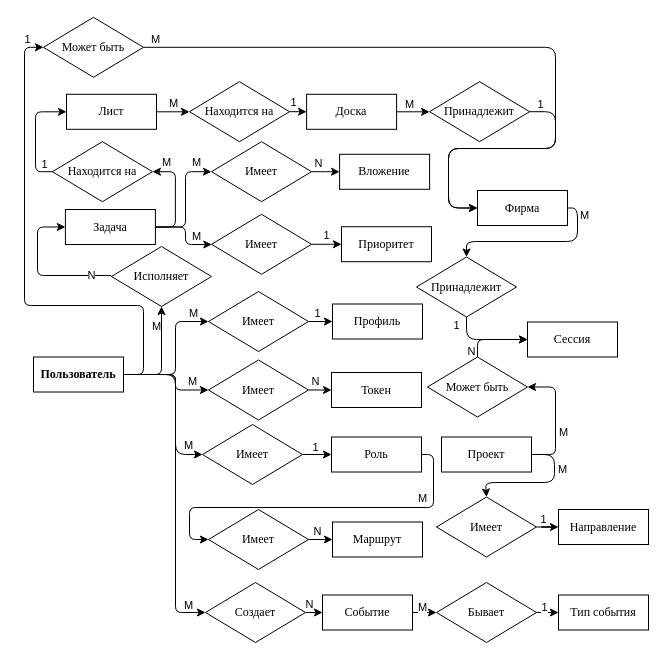
Above: ER диаграмма.drawio in AvipoStar/EOIS-FRONT (draw.io), before the change. Source tidied: cells renumbered, new cells numbered last; positions are measured from the earlier drawing's top-left corner, leaving out a move shared by most shapes. Both pictures are drawn from the tidied source at 100%, with x=0, y=0 at pixel (24, 17).
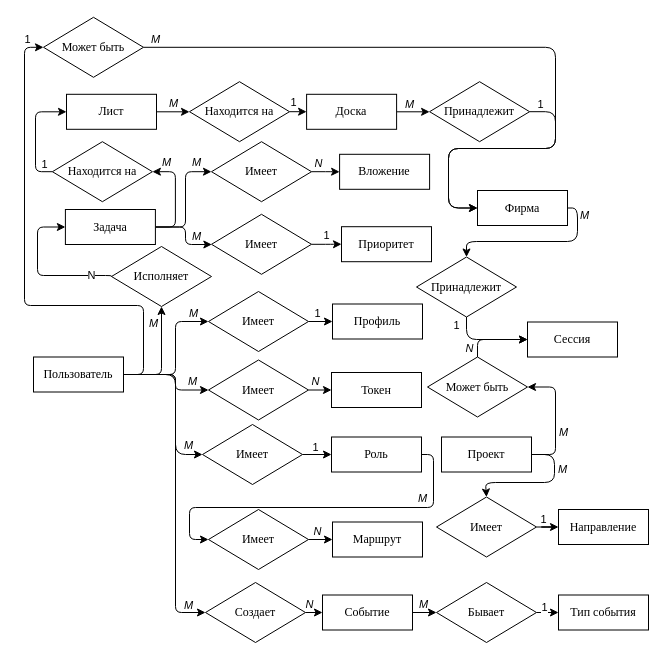
After the change.

The change refers to these unchanged cells:
```xml
<mxCell id="2" style="edgeStyle=orthogonalEdgeStyle;jettySize=auto;entryX=0;entryY=0.5;entryDx=0;entryDy=0;fontFamily=Liberation Serif;strokeWidth=1;strokeColor=default;shadow=0;arcSize=12;verticalAlign=middle;labelBorderColor=none;textShadow=0;html=1;" parent="1" edge="1" source="14" target="49">
  <mxGeometry relative="1" as="geometry">
    <Array as="points">
      <mxPoint x="151" y="357" />
      <mxPoint x="151" y="373" />
    </Array>
  </mxGeometry>
</mxCell>
<mxCell id="4" style="edgeStyle=orthogonalEdgeStyle;jettySize=auto;entryX=0;entryY=0.5;entryDx=0;entryDy=0;fontFamily=Liberation Serif;strokeWidth=1;strokeColor=default;shadow=0;arcSize=12;verticalAlign=middle;labelBorderColor=none;textShadow=0;html=1;exitX=1;exitY=0.5;exitDx=0;exitDy=0;" parent="1" edge="1" source="14" target="77">
  <mxGeometry relative="1" as="geometry">
    <Array as="points">
      <mxPoint x="151" y="357" />
      <mxPoint x="151" y="595" />
    </Array>
  </mxGeometry>
</mxCell>
<mxCell id="6" style="edgeStyle=orthogonalEdgeStyle;jettySize=auto;entryX=0;entryY=0.5;entryDx=0;entryDy=0;fontFamily=Liberation Serif;strokeWidth=1;strokeColor=default;shadow=0;arcSize=12;verticalAlign=middle;labelBorderColor=none;textShadow=0;html=1;" parent="1" edge="1" source="14" target="84">
  <mxGeometry relative="1" as="geometry">
    <Array as="points">
      <mxPoint x="151" y="357" />
      <mxPoint x="151" y="304" />
    </Array>
  </mxGeometry>
</mxCell>
<mxCell id="8" style="edgeStyle=orthogonalEdgeStyle;jettySize=auto;entryX=0.5;entryY=1;entryDx=0;entryDy=0;fontFamily=Liberation Serif;strokeWidth=1;strokeColor=default;shadow=0;arcSize=12;verticalAlign=middle;labelBorderColor=none;textShadow=0;html=1;exitX=1;exitY=0.5;exitDx=0;exitDy=0;" parent="1" edge="1" source="14" target="91">
  <mxGeometry relative="1" as="geometry">
    <Array as="points">
      <mxPoint x="137" y="357" />
    </Array>
  </mxGeometry>
</mxCell>
<mxCell id="12" style="rounded=1;jettySize=auto;html=1;entryX=0;entryY=0.5;entryDx=0;entryDy=0;edgeStyle=orthogonalEdgeStyle;curved=0;" parent="1" edge="1" source="14" target="97">
  <mxGeometry relative="1" as="geometry">
    <Array as="points">
      <mxPoint x="151" y="357" />
      <mxPoint x="151" y="437" />
    </Array>
  </mxGeometry>
</mxCell>
<mxCell id="17" style="edgeStyle=orthogonalEdgeStyle;jettySize=auto;html=1;entryX=0.5;entryY=0;entryDx=0;entryDy=0;exitX=1;exitY=0.5;exitDx=0;exitDy=0;" parent="1" edge="1" source="19" target="74">
  <mxGeometry relative="1" as="geometry">
    <Array as="points">
      <mxPoint x="553" y="191" />
      <mxPoint x="553" y="224" />
      <mxPoint x="442" y="224" />
    </Array>
  </mxGeometry>
</mxCell>
<mxCell id="20" style="edgeStyle=orthogonalEdgeStyle;jettySize=auto;entryX=1;entryY=0.5;entryDx=0;entryDy=0;fontFamily=Liberation Serif;exitX=1;exitY=0.5;exitDx=0;exitDy=0;strokeWidth=1;strokeColor=default;shadow=0;arcSize=12;verticalAlign=middle;labelBorderColor=none;textShadow=0;html=1;" parent="1" edge="1" source="24" target="80">
  <mxGeometry relative="1" as="geometry">
    <Array as="points">
      <mxPoint x="531" y="437" />
      <mxPoint x="531" y="370" />
    </Array>
  </mxGeometry>
</mxCell>
<mxCell id="22" style="edgeStyle=orthogonalEdgeStyle;jettySize=auto;html=1;entryX=0.5;entryY=0;entryDx=0;entryDy=0;exitX=1;exitY=0.5;exitDx=0;exitDy=0;" parent="1" edge="1" source="24" target="88">
  <mxGeometry relative="1" as="geometry">
    <Array as="points">
      <mxPoint x="530" y="437" />
      <mxPoint x="530" y="465" />
      <mxPoint x="461" y="465" />
      <mxPoint x="461" y="480" />
    </Array>
  </mxGeometry>
</mxCell>
<mxCell id="27" style="edgeStyle=orthogonalEdgeStyle;jettySize=auto;entryX=0;entryY=0.5;entryDx=0;entryDy=0;fontFamily=Liberation Serif;exitX=1;exitY=0.5;exitDx=0;exitDy=0;strokeWidth=1;strokeColor=default;shadow=0;arcSize=12;verticalAlign=middle;labelBorderColor=none;textShadow=0;html=1;" parent="1" edge="1" source="29" target="71">
  <mxGeometry relative="1" as="geometry" />
</mxCell>
<mxCell id="30" style="edgeStyle=orthogonalEdgeStyle;jettySize=auto;entryX=0;entryY=0.5;entryDx=0;entryDy=0;fontFamily=Liberation Serif;exitX=1;exitY=0.5;exitDx=0;exitDy=0;strokeWidth=1;strokeColor=default;shadow=0;arcSize=12;verticalAlign=middle;labelBorderColor=none;textShadow=0;html=1;" parent="1" edge="1" source="32" target="68">
  <mxGeometry relative="1" as="geometry" />
</mxCell>
<mxCell id="33" style="edgeStyle=orthogonalEdgeStyle;jettySize=auto;entryX=0;entryY=0.5;entryDx=0;entryDy=0;fontFamily=Liberation Serif;exitX=1;exitY=0.5;exitDx=0;exitDy=0;strokeWidth=1;strokeColor=default;shadow=0;arcSize=12;verticalAlign=middle;labelBorderColor=none;textShadow=0;html=1;" parent="1" edge="1" source="39" target="59">
  <mxGeometry relative="1" as="geometry">
    <Array as="points">
      <mxPoint x="161" y="210" />
      <mxPoint x="161" y="154" />
      <mxPoint x="187" y="154" />
    </Array>
  </mxGeometry>
</mxCell>
<mxCell id="35" style="edgeStyle=orthogonalEdgeStyle;jettySize=auto;fontFamily=Liberation Serif;strokeWidth=1;strokeColor=default;shadow=0;arcSize=12;verticalAlign=middle;labelBorderColor=none;textShadow=0;html=1;" parent="1" edge="1" source="39" target="62">
  <mxGeometry relative="1" as="geometry">
    <Array as="points">
      <mxPoint x="161" y="210" />
      <mxPoint x="161" y="227" />
    </Array>
  </mxGeometry>
</mxCell>
<mxCell id="37" style="edgeStyle=orthogonalEdgeStyle;jettySize=auto;entryX=1;entryY=0.5;entryDx=0;entryDy=0;exitX=1;exitY=0.5;exitDx=0;exitDy=0;fontFamily=Liberation Serif;strokeWidth=1;strokeColor=default;shadow=0;arcSize=12;verticalAlign=middle;labelBorderColor=none;textShadow=0;html=1;" parent="1" edge="1" source="39" target="65">
  <mxGeometry relative="1" as="geometry" />
</mxCell>
<mxCell id="42" style="edgeStyle=orthogonalEdgeStyle;jettySize=auto;entryX=0;entryY=0.5;entryDx=0;entryDy=0;fontFamily=Liberation Serif;strokeWidth=1;strokeColor=default;shadow=0;arcSize=12;verticalAlign=middle;labelBorderColor=none;textShadow=0;html=1;exitX=1;exitY=0.5;exitDx=0;exitDy=0;" parent="1" edge="1" source="15" target="46">
  <mxGeometry relative="1" as="geometry">
    <Array as="points">
      <mxPoint x="409" y="437" />
      <mxPoint x="409" y="490" />
      <mxPoint x="165" y="490" />
      <mxPoint x="165" y="522" />
    </Array>
  </mxGeometry>
</mxCell>
<mxCell id="44" style="edgeStyle=orthogonalEdgeStyle;rounded=0;jettySize=auto;html=1;exitX=1;exitY=0.5;exitDx=0;exitDy=0;entryX=0;entryY=0.5;entryDx=0;entryDy=0;" parent="1" edge="1" source="46" target="25">
  <mxGeometry relative="1" as="geometry" />
</mxCell>
<mxCell id="47" style="edgeStyle=orthogonalEdgeStyle;jettySize=auto;exitX=1;exitY=0.5;exitDx=0;exitDy=0;entryX=0;entryY=0.5;entryDx=0;entryDy=0;fontFamily=Liberation Serif;strokeWidth=1;strokeColor=default;shadow=0;arcSize=12;verticalAlign=middle;labelBorderColor=none;textShadow=0;html=1;" parent="1" edge="1" source="49" target="16">
  <mxGeometry relative="1" as="geometry" />
</mxCell>
<mxCell id="50" style="edgeStyle=orthogonalEdgeStyle;jettySize=auto;html=1;entryX=0;entryY=0.5;entryDx=0;entryDy=0;" parent="1" edge="1" source="52" target="56">
  <mxGeometry relative="1" as="geometry" />
</mxCell>
<mxCell id="57" style="edgeStyle=orthogonalEdgeStyle;jettySize=auto;entryX=0;entryY=0.5;entryDx=0;entryDy=0;fontFamily=Liberation Serif;strokeWidth=1;strokeColor=default;shadow=0;arcSize=12;verticalAlign=middle;labelBorderColor=none;textShadow=0;html=1;" parent="1" edge="1" source="59" target="40">
  <mxGeometry relative="1" as="geometry" />
</mxCell>
<mxCell id="75" style="edgeStyle=orthogonalEdgeStyle;jettySize=auto;exitX=1;exitY=0.5;exitDx=0;exitDy=0;entryX=0;entryY=0.5;entryDx=0;entryDy=0;fontFamily=Liberation Serif;strokeWidth=1;strokeColor=default;shadow=0;arcSize=12;verticalAlign=middle;labelBorderColor=none;textShadow=0;html=1;" parent="1" edge="1" source="77" target="52">
  <mxGeometry relative="1" as="geometry" />
</mxCell>
<mxCell id="78" style="edgeStyle=orthogonalEdgeStyle;jettySize=auto;exitX=0.5;exitY=0;exitDx=0;exitDy=0;fontFamily=Liberation Serif;strokeWidth=1;strokeColor=default;shadow=0;arcSize=12;verticalAlign=middle;labelBorderColor=none;textShadow=0;html=1;entryX=0;entryY=0.5;entryDx=0;entryDy=0;" parent="1" edge="1" source="80" target="26">
  <mxGeometry relative="1" as="geometry">
    <Array as="points">
      <mxPoint x="453" y="322" />
    </Array>
  </mxGeometry>
</mxCell>
<mxCell id="92" style="edgeStyle=orthogonalEdgeStyle;jettySize=auto;html=1;entryX=0;entryY=0.5;entryDx=0;entryDy=0;exitX=1;exitY=0.5;exitDx=0;exitDy=0;" parent="1" edge="1" source="94" target="19">
  <mxGeometry relative="1" as="geometry">
    <Array as="points">
      <mxPoint x="531" y="30" />
      <mxPoint x="531" y="131" />
      <mxPoint x="424" y="131" />
      <mxPoint x="424" y="191" />
    </Array>
  </mxGeometry>
</mxCell>
```

Diff of the diagram source:
```diff
@@
-    <mxCell id="3" value="M" style="edgeLabel;html=1;align=center;verticalAlign=middle;" parent="2" vertex="1">
+    <mxCell id="3" value="M" style="edgeLabel;html=1;align=center;verticalAlign=middle;fontStyle=2;" parent="2" vertex="1">
       <mxGeometry x="0.71" relative="1" as="geometry">
         <mxPoint x="-2" y="-9" as="offset" />
       </mxGeometry>
     </mxCell>
@@
-    <mxCell id="5" value="M" style="edgeLabel;html=1;align=center;verticalAlign=middle;" parent="4" vertex="1">
+    <mxCell id="5" value="M" style="edgeLabel;html=1;align=center;verticalAlign=middle;fontStyle=2;" parent="4" vertex="1">
       <mxGeometry x="0.88" y="1" relative="1" as="geometry">
         <mxPoint x="1" y="-7" as="offset" />
       </mxGeometry>
     </mxCell>
@@
-    <mxCell id="7" value="M" style="edgeLabel;html=1;align=center;verticalAlign=middle;" parent="6" vertex="1">
+    <mxCell id="7" value="M" style="edgeLabel;html=1;align=center;verticalAlign=middle;fontStyle=2;" parent="6" vertex="1">
       <mxGeometry x="0.69" relative="1" as="geometry">
         <mxPoint x="5" y="-9" as="offset" />
       </mxGeometry>
     </mxCell>
@@
-    <mxCell id="9" value="M" style="edgeLabel;html=1;align=center;verticalAlign=middle;" parent="8" vertex="1">
+    <mxCell id="9" value="M" style="edgeLabel;html=1;align=center;verticalAlign=middle;fontStyle=2;" parent="8" vertex="1">
       <mxGeometry x="0.65" relative="1" as="geometry">
-        <mxPoint x="-6" as="offset" />
+        <mxPoint x="-9" y="-3" as="offset" />
       </mxGeometry>
     </mxCell>
@@
-    <mxCell id="13" value="M" style="edgeLabel;html=1;align=center;verticalAlign=middle;" parent="12" vertex="1">
+    <mxCell id="13" value="M" style="edgeLabel;html=1;align=center;verticalAlign=middle;fontStyle=2;" parent="12" vertex="1">
       <mxGeometry x="0.78" y="-1" relative="1" as="geometry">
         <mxPoint x="2" y="-11" as="offset" />
       </mxGeometry>
     </mxCell>
-    <mxCell id="14" value="Пользователь" style="rounded=0;fontFamily=Liberation Serif;strokeWidth=1;strokeColor=default;shadow=0;arcSize=12;verticalAlign=middle;labelBorderColor=none;textShadow=0;whiteSpace=wrap;html=1;fontSize=12;fontStyle=1;" parent="1" vertex="1">
+    <mxCell id="14" value="Пользователь" style="rounded=0;fontFamily=Liberation Serif;strokeWidth=1;strokeColor=default;shadow=0;arcSize=12;verticalAlign=middle;labelBorderColor=none;textShadow=0;whiteSpace=wrap;html=1;fontSize=12;fontStyle=0;" parent="1" vertex="1">
       <mxGeometry x="9" y="339.5" width="90" height="35" as="geometry" />
     </mxCell>
@@
-    <mxCell id="18" value="M" style="edgeLabel;html=1;align=center;verticalAlign=middle;" parent="17" vertex="1">
+    <mxCell id="18" value="M" style="edgeLabel;html=1;align=center;verticalAlign=middle;fontStyle=2;" parent="17" vertex="1">
       <mxGeometry x="0.7" relative="1" as="geometry">
         <mxPoint x="108" y="-27" as="offset" />
       </mxGeometry>
     </mxCell>
@@
-    <mxCell id="21" value="M" style="edgeLabel;html=1;align=center;verticalAlign=middle;" parent="20" vertex="1">
+    <mxCell id="21" value="M" style="edgeLabel;html=1;align=center;verticalAlign=middle;fontStyle=2;" parent="20" vertex="1">
       <mxGeometry x="-0.19" y="-1" relative="1" as="geometry">
         <mxPoint x="6" y="1" as="offset" />
       </mxGeometry>
     </mxCell>
@@
-    <mxCell id="23" value="M" style="edgeLabel;html=1;align=center;verticalAlign=middle;" parent="22" vertex="1">
+    <mxCell id="23" value="M" style="edgeLabel;html=1;align=center;verticalAlign=middle;fontStyle=2;" parent="22" vertex="1">
       <mxGeometry x="-0.42" y="-1" relative="1" as="geometry">
         <mxPoint x="8" y="-2" as="offset" />
       </mxGeometry>
     </mxCell>
@@
-    <mxCell id="28" value="M" style="edgeLabel;html=1;align=center;verticalAlign=middle;" parent="27" vertex="1">
+    <mxCell id="28" value="M" style="edgeLabel;html=1;align=center;verticalAlign=middle;fontStyle=2;" parent="27" vertex="1">
       <mxGeometry x="-0.34" y="3" relative="1" as="geometry">
         <mxPoint x="1" y="-5" as="offset" />
       </mxGeometry>
     </mxCell>
@@
-    <mxCell id="31" value="M" style="edgeLabel;html=1;align=center;verticalAlign=middle;" parent="30" vertex="1">
+    <mxCell id="31" value="M" style="edgeLabel;html=1;align=center;verticalAlign=middle;fontStyle=2;" parent="30" vertex="1">
       <mxGeometry y="1" relative="1" as="geometry">
         <mxPoint x="-1" y="-8" as="offset" />
       </mxGeometry>
     </mxCell>
@@
-    <mxCell id="34" value="M" style="edgeLabel;html=1;align=center;verticalAlign=middle;" parent="33" vertex="1">
+    <mxCell id="34" value="M" style="edgeLabel;html=1;align=center;verticalAlign=middle;fontStyle=2;" parent="33" vertex="1">
       <mxGeometry x="0.16" y="1" relative="1" as="geometry">
         <mxPoint x="11" y="-30" as="offset" />
       </mxGeometry>
     </mxCell>
@@
-    <mxCell id="36" value="M" style="edgeLabel;html=1;align=center;verticalAlign=middle;" parent="35" vertex="1">
+    <mxCell id="36" value="M" style="edgeLabel;html=1;align=center;verticalAlign=middle;fontStyle=2;" parent="35" vertex="1">
       <mxGeometry x="0.48" y="3" relative="1" as="geometry">
         <mxPoint x="3" y="-6" as="offset" />
       </mxGeometry>
     </mxCell>
@@
-    <mxCell id="38" value="M" style="edgeLabel;html=1;align=center;verticalAlign=middle;" parent="37" vertex="1">
+    <mxCell id="38" value="M" style="edgeLabel;html=1;align=center;verticalAlign=middle;fontStyle=2;" parent="37" vertex="1">
       <mxGeometry x="0.09" y="1" relative="1" as="geometry">
         <mxPoint x="-8" y="-31" as="offset" />
       </mxGeometry>
     </mxCell>
@@
-    <mxCell id="43" value="M" style="edgeLabel;html=1;align=center;verticalAlign=middle;" parent="42" vertex="1">
+    <mxCell id="43" value="M" style="edgeLabel;html=1;align=center;verticalAlign=middle;fontStyle=2;" parent="42" vertex="1">
       <mxGeometry x="-0.48" y="-1" relative="1" as="geometry">
         <mxPoint x="17" y="-9" as="offset" />
       </mxGeometry>
     </mxCell>
@@
-    <mxCell id="45" value="N" style="edgeLabel;html=1;align=center;verticalAlign=middle;" parent="44" vertex="1">
+    <mxCell id="45" value="N" style="edgeLabel;html=1;align=center;verticalAlign=middle;fontStyle=2;" parent="44" vertex="1">
       <mxGeometry x="-0.32" relative="1" as="geometry">
         <mxPoint y="-9" as="offset" />
       </mxGeometry>
     </mxCell>
@@
-    <mxCell id="48" value="N" style="edgeLabel;html=1;align=center;verticalAlign=middle;" parent="47" vertex="1">
+    <mxCell id="48" value="N" style="edgeLabel;html=1;align=center;verticalAlign=middle;fontStyle=2;" parent="47" vertex="1">
       <mxGeometry x="-0.16" y="1" relative="1" as="geometry">
         <mxPoint x="-4" y="-8" as="offset" />
       </mxGeometry>
     </mxCell>
@@
-    <mxCell id="51" value="M" style="edgeLabel;html=1;align=center;verticalAlign=middle;" parent="50" vertex="1">
+    <mxCell id="51" value="M" style="edgeLabel;html=1;align=center;verticalAlign=middle;fontStyle=2;" parent="50" vertex="1">
       <mxGeometry x="0.47" relative="1" as="geometry">
-        <mxPoint y="-6" as="offset" />
+        <mxPoint x="1" y="-9" as="offset" />
       </mxGeometry>
     </mxCell>
@@
-    <mxCell id="58" value="N" style="edgeLabel;html=1;align=center;verticalAlign=middle;" parent="57" vertex="1">
+    <mxCell id="58" value="N" style="edgeLabel;html=1;align=center;verticalAlign=middle;fontStyle=2;" parent="57" vertex="1">
       <mxGeometry x="-0.75" y="-1" relative="1" as="geometry">
         <mxPoint x="2" y="-10" as="offset" />
       </mxGeometry>
     </mxCell>
@@
-    <mxCell id="76" value="N" style="edgeLabel;html=1;align=center;verticalAlign=middle;" parent="75" vertex="1">
+    <mxCell id="76" value="N" style="edgeLabel;html=1;align=center;verticalAlign=middle;fontStyle=2;" parent="75" vertex="1">
       <mxGeometry x="-0.41" relative="1" as="geometry">
         <mxPoint x="-2" y="-9" as="offset" />
       </mxGeometry>
     </mxCell>
@@
-    <mxCell id="79" value="N" style="edgeLabel;html=1;align=center;verticalAlign=middle;" parent="78" vertex="1">
+    <mxCell id="79" value="N" style="edgeLabel;html=1;align=center;verticalAlign=middle;fontStyle=2;" parent="78" vertex="1">
       <mxGeometry x="-0.77" y="-1" relative="1" as="geometry">
-        <mxPoint x="-8" y="2" as="offset" />
+        <mxPoint x="-10" y="-1" as="offset" />
       </mxGeometry>
     </mxCell>
@@
-    <mxCell id="93" value="M" style="edgeLabel;html=1;align=center;verticalAlign=middle;" parent="92" vertex="1">
+    <mxCell id="93" value="M" style="edgeLabel;html=1;align=center;verticalAlign=middle;fontStyle=2;" parent="92" vertex="1">
       <mxGeometry x="-0.91" y="1" relative="1" as="geometry">
         <mxPoint x="-21" y="-7" as="offset" />
       </mxGeometry>
     </mxCell>
```
